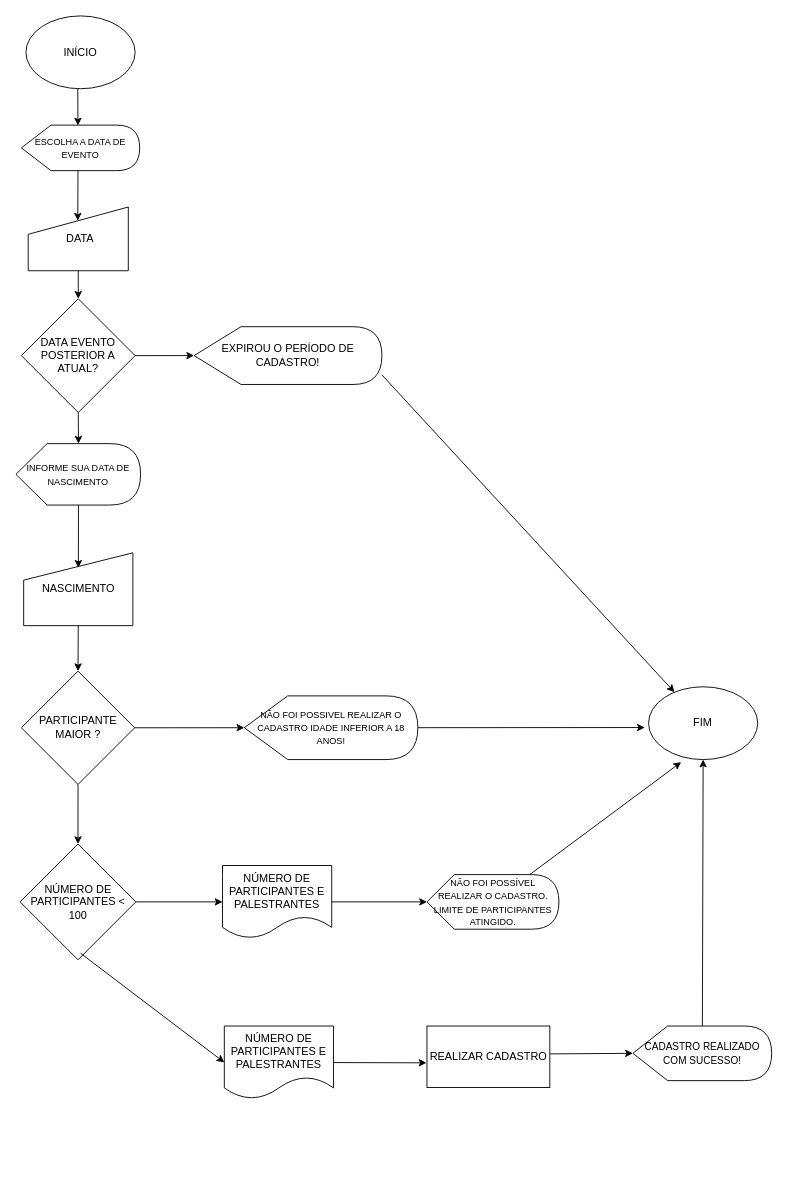
Before: Atividade1.drawio in gasoug/-senai-versoes-colaboracoes, a draw.io diagram. Source tidied: cells renumbered, new cells numbered last; positions are measured from the earlier drawing's top-left corner, leaving out a move shared by most shapes. Both pictures are drawn from the tidied source at 91%, with x=0, y=0 at pixel (15, 15).
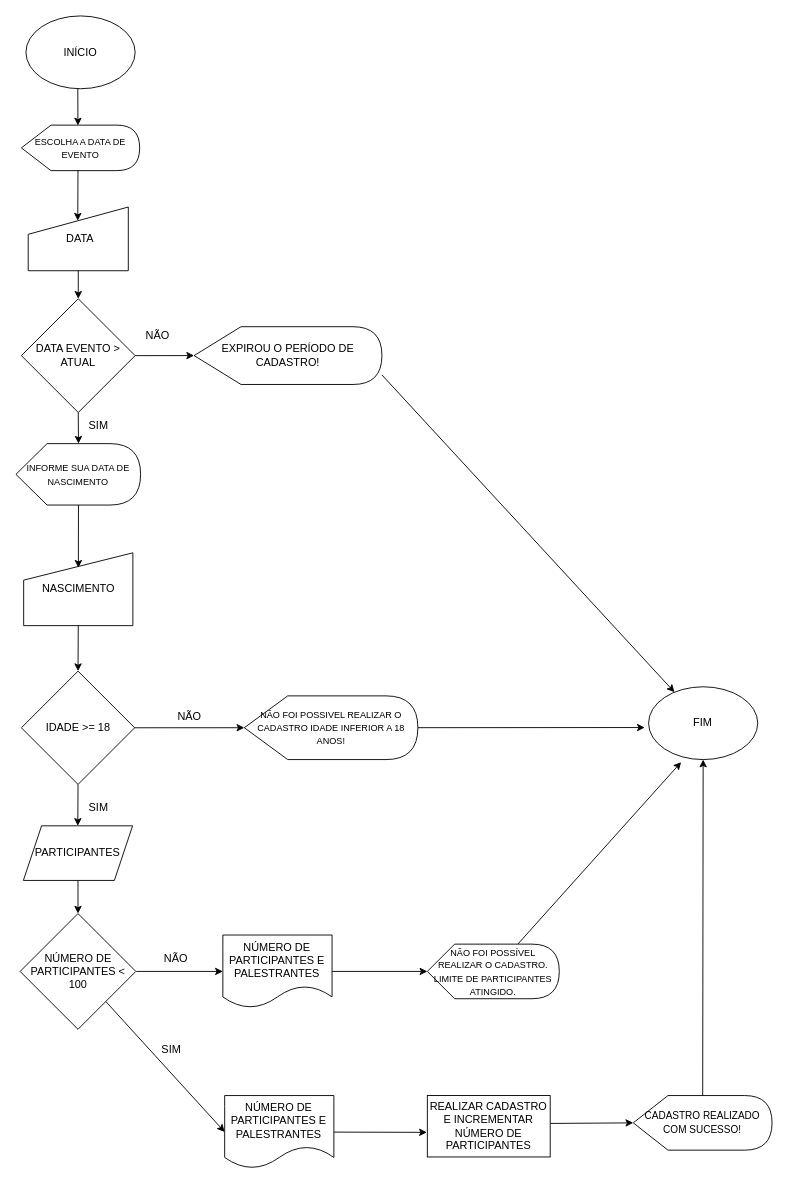
The same diagram, later.

What changed in the source:
```diff
@@
-    <mxCell id="5" value="DATA EVENTO POSTERIOR A ATUAL?" style="rhombus;whiteSpace=wrap;html=1;" parent="1" vertex="1">
+    <mxCell id="5" value="DATA EVENTO &amp;gt; ATUAL" style="rhombus;whiteSpace=wrap;html=1;" parent="1" vertex="1">
       <mxGeometry x="6" y="310.8" width="125" height="125" as="geometry" />
     </mxCell>
-    <mxCell id="6" value="REALIZAR CADASTRO" style="rounded=0;whiteSpace=wrap;html=1;" parent="1" vertex="1">
-      <mxGeometry x="451.7" y="1110" width="135" height="67.5" as="geometry" />
+    <mxCell id="6" value="REALIZAR CADASTRO&lt;br&gt;E INCREMENTAR NÚMERO DE PARTICIPANTES" style="rounded=0;whiteSpace=wrap;html=1;" parent="1" vertex="1">
+      <mxGeometry x="452.1" y="1186.4" width="135" height="67.5" as="geometry" />
     </mxCell>
-    <mxCell id="7" value="PARTICIPANTE MAIOR ?" style="rhombus;whiteSpace=wrap;html=1;" parent="1" vertex="1">
+    <mxCell id="7" value="IDADE &amp;gt;= 18" style="rhombus;whiteSpace=wrap;html=1;" parent="1" vertex="1">
       <mxGeometry x="6" y="720" width="124.5" height="124.5" as="geometry" />
     </mxCell>
@@
     <mxCell id="10" value="NÚMERO DE PARTICIPANTES &amp;lt; 100" style="rhombus;whiteSpace=wrap;html=1;" parent="1" vertex="1">
-      <mxGeometry x="4.6" y="910" width="127.2" height="127.2" as="geometry" />
+      <mxGeometry x="4.6" y="986.4" width="127.2" height="127.2" as="geometry" />
     </mxCell>
     <mxCell id="11" value="&lt;font style=&quot;font-size: 11px&quot;&gt;CADASTRO REALIZADO COM SUCESSO!&lt;/font&gt;" style="shape=display;whiteSpace=wrap;html=1;" parent="1" vertex="1">
-      <mxGeometry x="678" y="1110" width="152.5" height="60" as="geometry" />
+      <mxGeometry x="678.4" y="1186.4" width="152.5" height="60" as="geometry" />
     </mxCell>
@@
     <mxCell id="14" value="NÚMERO DE PARTICIPANTES E PALESTRANTES" style="shape=document;whiteSpace=wrap;html=1;boundedLbl=1;" parent="1" vertex="1">
-      <mxGeometry x="229" y="1110" width="120" height="80" as="geometry" />
+      <mxGeometry x="229.4" y="1186.4" width="120" height="80" as="geometry" />
     </mxCell>
     <mxCell id="15" value="&lt;span&gt;NÚMERO DE PARTICIPANTES E PALESTRANTES&lt;/span&gt;" style="shape=document;whiteSpace=wrap;html=1;boundedLbl=1;" parent="1" vertex="1">
-      <mxGeometry x="227" y="933.6" width="120" height="80" as="geometry" />
+      <mxGeometry x="227.4" y="1010" width="120" height="80" as="geometry" />
     </mxCell>
     <mxCell id="16" value="&lt;font style=&quot;font-size: 10px&quot;&gt;NÃO FOI POSSÍVEL REALIZAR O CADASTRO. LIMITE DE PARTICIPANTES ATINGIDO.&lt;/font&gt;" style="shape=display;whiteSpace=wrap;html=1;size=0.20689655172413793;" parent="1" vertex="1">
-      <mxGeometry x="451.7" y="943.6" width="145" height="60" as="geometry" />
+      <mxGeometry x="452.1" y="1020" width="145" height="60" as="geometry" />
     </mxCell>
@@
-    <mxCell id="21" style="endArrow=classic;html=1;entryX=0;entryY=0.5;entryDx=0;entryDy=0;" parent="1" edge="1" source="10" target="15">
-      <mxGeometry relative="1" as="geometry" />
+    <mxCell id="21" style="endArrow=classic;html=1;entryX=0;entryY=0.5;entryDx=0;entryDy=0;" parent="1" edge="1" target="15">
+      <mxGeometry relative="1" as="geometry">
+        <mxPoint x="132.3" y="1050" as="sourcePoint" />
+      </mxGeometry>
     </mxCell>
     <mxCell id="22" style="endArrow=classic;html=1;entryX=0;entryY=0.5;entryDx=0;entryDy=0;" parent="1" edge="1" target="14">
       <mxGeometry relative="1" as="geometry">
-        <mxPoint x="71" y="1030" as="sourcePoint" />
+        <mxPoint x="99" y="1083.3" as="sourcePoint" />
       </mxGeometry>
     </mxCell>
@@
-    <mxCell id="35" style="endArrow=classic;html=1;entryX=0.5;entryY=0;entryDx=0;entryDy=0;exitX=0.5;exitY=1;exitDx=0;exitDy=0;" parent="1" edge="1" source="7" target="10">
-      <mxGeometry relative="1" as="geometry" />
+    <mxCell id="35" style="endArrow=classic;html=1;exitX=0.5;exitY=1;exitDx=0;exitDy=0;" parent="1" edge="1" source="7">
+      <mxGeometry relative="1" as="geometry">
+        <mxPoint x="68" y="890" as="targetPoint" />
+      </mxGeometry>
     </mxCell>
+    <mxCell id="36" value="NÃO" style="text;html=1;strokeColor=none;fillColor=none;align=center;verticalAlign=middle;whiteSpace=wrap;rounded=0;" parent="1" vertex="1">
+      <mxGeometry x="136" y="341.5" width="40" height="20" as="geometry" />
+    </mxCell>
+    <mxCell id="37" value="SIM" style="text;html=1;strokeColor=none;fillColor=none;align=center;verticalAlign=middle;whiteSpace=wrap;rounded=0;" parent="1" vertex="1">
+      <mxGeometry x="71" y="440" width="40" height="20" as="geometry" />
+    </mxCell>
+    <mxCell id="38" value="NÃO" style="text;html=1;strokeColor=none;fillColor=none;align=center;verticalAlign=middle;whiteSpace=wrap;rounded=0;" parent="1" vertex="1">
+      <mxGeometry x="171" y="760" width="40" height="20" as="geometry" />
+    </mxCell>
+    <mxCell id="39" value="NÃO" style="text;html=1;strokeColor=none;fillColor=none;align=center;verticalAlign=middle;whiteSpace=wrap;rounded=0;" parent="1" vertex="1">
+      <mxGeometry x="156.2" y="1026.4" width="40" height="20" as="geometry" />
+    </mxCell>
+    <mxCell id="40" value="SIM" style="text;html=1;strokeColor=none;fillColor=none;align=center;verticalAlign=middle;whiteSpace=wrap;rounded=0;" parent="1" vertex="1">
+      <mxGeometry x="71" y="860" width="40" height="20" as="geometry" />
+    </mxCell>
+    <mxCell id="41" value="SIM" style="text;html=1;strokeColor=none;fillColor=none;align=center;verticalAlign=middle;whiteSpace=wrap;rounded=0;" parent="1" vertex="1">
+      <mxGeometry x="151.4" y="1126.4" width="40" height="20" as="geometry" />
+    </mxCell>
+    <mxCell id="42" value="PARTICIPANTES" style="shape=parallelogram;perimeter=parallelogramPerimeter;whiteSpace=wrap;html=1;fixedSize=1;" parent="1" vertex="1">
+      <mxGeometry x="8.2" y="890" width="120" height="60" as="geometry" />
+    </mxCell>
+    <mxCell id="43" style="endArrow=classic;html=1;entryX=0.5;entryY=0;entryDx=0;entryDy=0;exitX=0.5;exitY=1;exitDx=0;exitDy=0;" parent="1" edge="1" source="42" target="10">
+      <mxGeometry relative="1" as="geometry" />
+    </mxCell>
```
